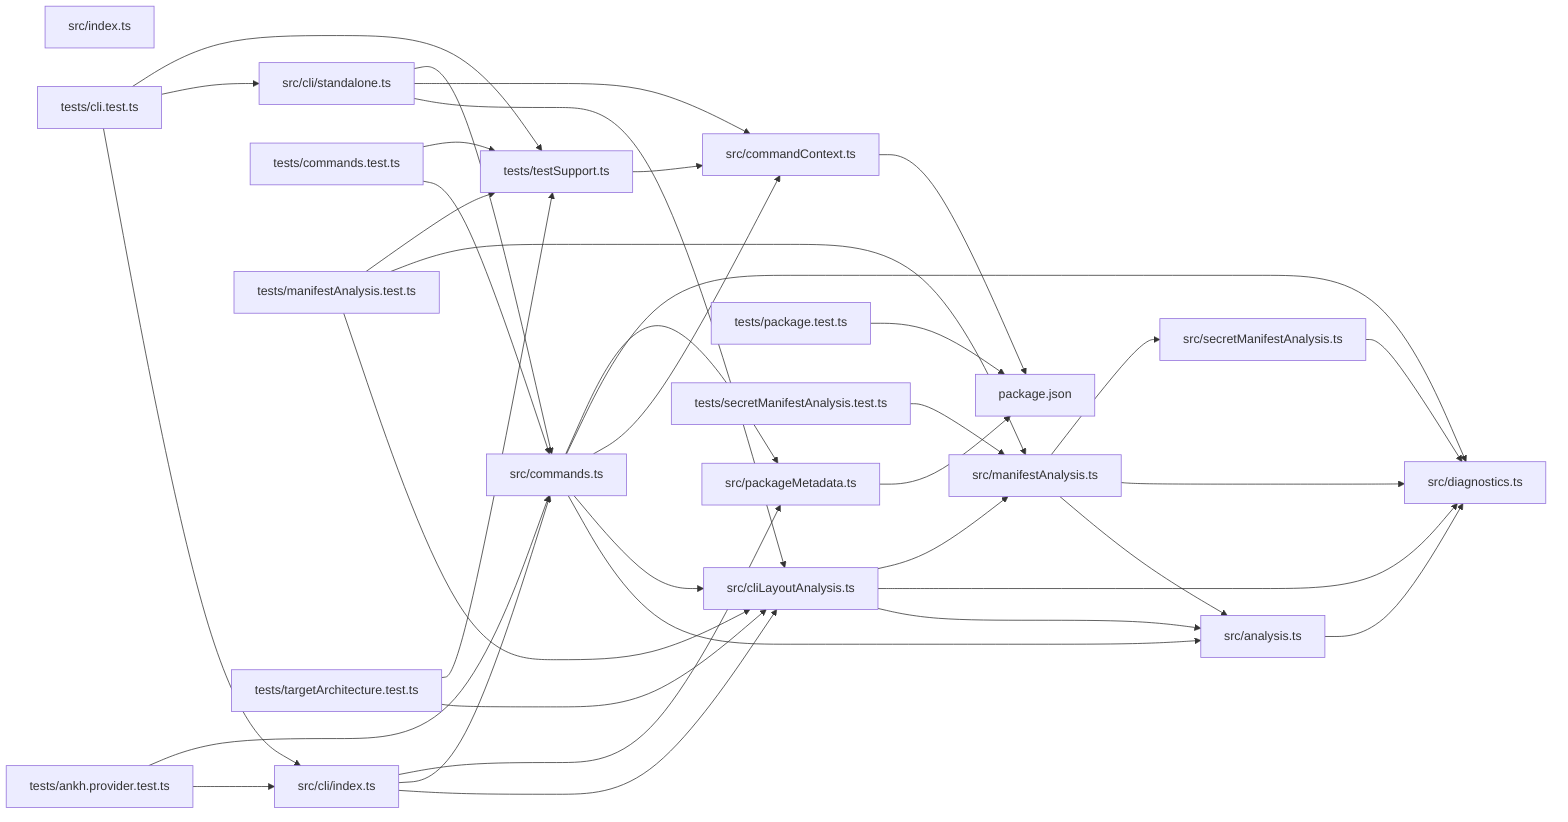
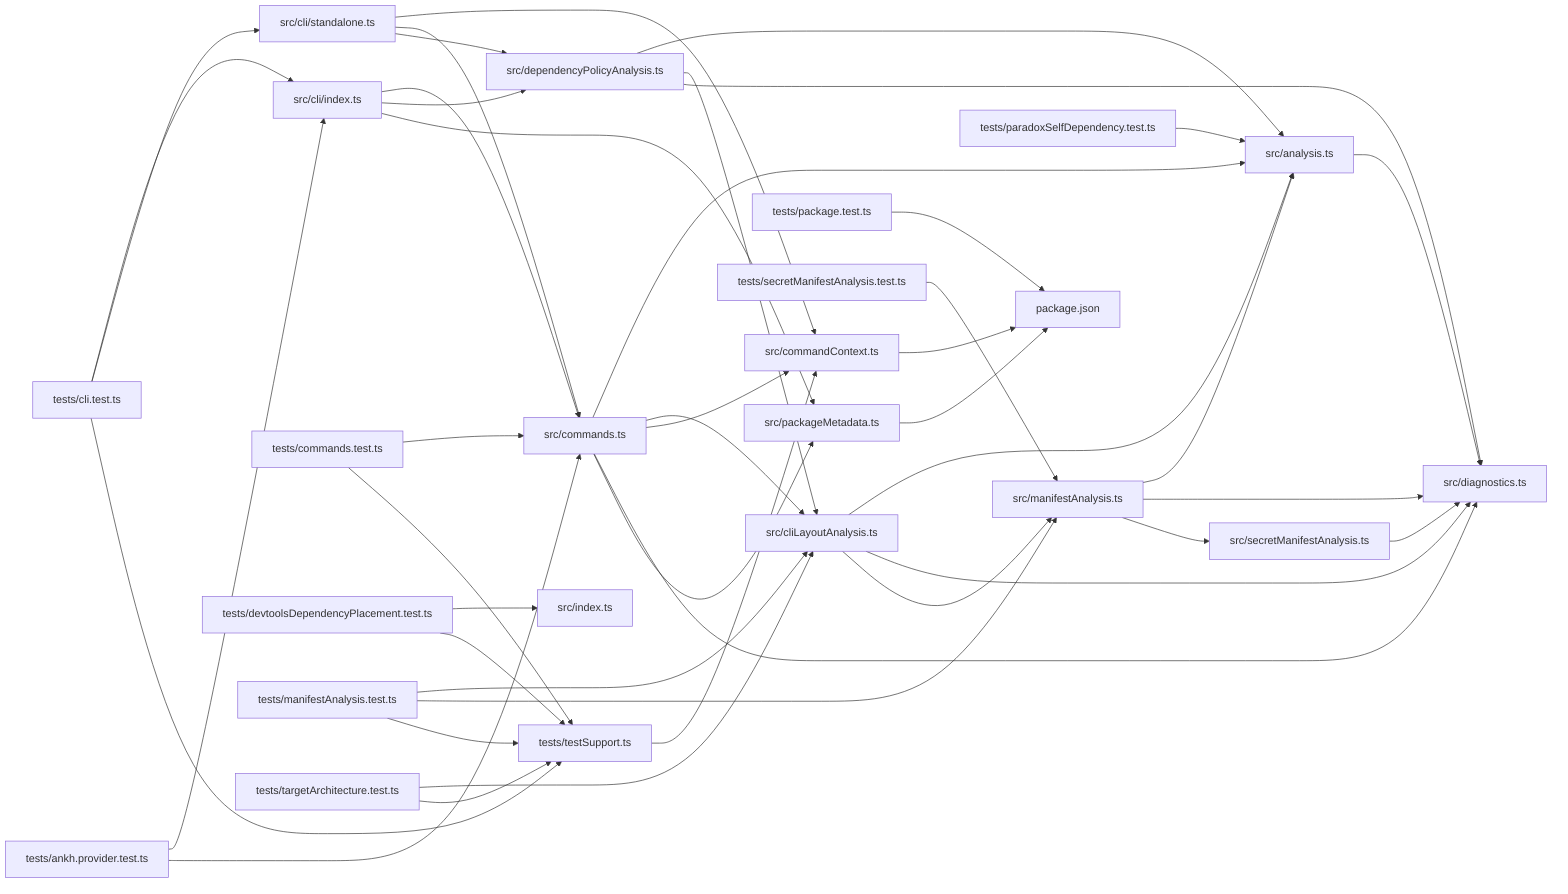
graph LR
  module_package_json["package.json"]
  module_src_analysis_ts["src/analysis.ts"]
  module_src_cli_index_ts["src/cli/index.ts"]
  module_src_cli_standalone_ts["src/cli/standalone.ts"]
  module_src_cliLayoutAnalysis_ts["src/cliLayoutAnalysis.ts"]
  module_src_commandContext_ts["src/commandContext.ts"]
  module_src_commands_ts["src/commands.ts"]
+   module_src_dependencyPolicyAnalysis_ts["src/dependencyPolicyAnalysis.ts"]
  module_src_diagnostics_ts["src/diagnostics.ts"]
  module_src_index_ts["src/index.ts"]
  module_src_manifestAnalysis_ts["src/manifestAnalysis.ts"]
  module_src_packageMetadata_ts["src/packageMetadata.ts"]
  module_src_secretManifestAnalysis_ts["src/secretManifestAnalysis.ts"]
  module_tests_ankh_provider_test_ts["tests/ankh.provider.test.ts"]
  module_tests_cli_test_ts["tests/cli.test.ts"]
  module_tests_commands_test_ts["tests/commands.test.ts"]
+   module_tests_devtoolsDependencyPlacement_test_ts["tests/devtoolsDependencyPlacement.test.ts"]
  module_tests_manifestAnalysis_test_ts["tests/manifestAnalysis.test.ts"]
  module_tests_package_test_ts["tests/package.test.ts"]
+   module_tests_paradoxSelfDependency_test_ts["tests/paradoxSelfDependency.test.ts"]
  module_tests_secretManifestAnalysis_test_ts["tests/secretManifestAnalysis.test.ts"]
  module_tests_targetArchitecture_test_ts["tests/targetArchitecture.test.ts"]
  module_tests_testSupport_ts["tests/testSupport.ts"]
  module_src_analysis_ts --> module_src_diagnostics_ts
-   module_src_cli_index_ts --> module_src_cliLayoutAnalysis_ts
  module_src_cli_index_ts --> module_src_commands_ts
+   module_src_cli_index_ts --> module_src_dependencyPolicyAnalysis_ts
  module_src_cli_index_ts --> module_src_packageMetadata_ts
-   module_src_cli_standalone_ts --> module_src_cliLayoutAnalysis_ts
  module_src_cli_standalone_ts --> module_src_commandContext_ts
  module_src_cli_standalone_ts --> module_src_commands_ts
+   module_src_cli_standalone_ts --> module_src_dependencyPolicyAnalysis_ts
  module_src_cliLayoutAnalysis_ts --> module_src_analysis_ts
  module_src_cliLayoutAnalysis_ts --> module_src_diagnostics_ts
  module_src_cliLayoutAnalysis_ts --> module_src_manifestAnalysis_ts
  module_src_commandContext_ts --> module_package_json
  module_src_commands_ts --> module_src_analysis_ts
  module_src_commands_ts --> module_src_cliLayoutAnalysis_ts
  module_src_commands_ts --> module_src_commandContext_ts
  module_src_commands_ts --> module_src_diagnostics_ts
  module_src_commands_ts --> module_src_packageMetadata_ts
+   module_src_dependencyPolicyAnalysis_ts --> module_src_analysis_ts
+   module_src_dependencyPolicyAnalysis_ts --> module_src_cliLayoutAnalysis_ts
+   module_src_dependencyPolicyAnalysis_ts --> module_src_diagnostics_ts
  module_src_manifestAnalysis_ts --> module_src_analysis_ts
  module_src_manifestAnalysis_ts --> module_src_diagnostics_ts
  module_src_manifestAnalysis_ts --> module_src_secretManifestAnalysis_ts
  module_src_packageMetadata_ts --> module_package_json
  module_src_secretManifestAnalysis_ts --> module_src_diagnostics_ts
  module_tests_ankh_provider_test_ts --> module_src_cli_index_ts
  module_tests_ankh_provider_test_ts --> module_src_commands_ts
  module_tests_cli_test_ts --> module_src_cli_index_ts
  module_tests_cli_test_ts --> module_src_cli_standalone_ts
  module_tests_cli_test_ts --> module_tests_testSupport_ts
  module_tests_commands_test_ts --> module_src_commands_ts
  module_tests_commands_test_ts --> module_tests_testSupport_ts
+   module_tests_devtoolsDependencyPlacement_test_ts --> module_src_index_ts
+   module_tests_devtoolsDependencyPlacement_test_ts --> module_tests_testSupport_ts
  module_tests_manifestAnalysis_test_ts --> module_src_cliLayoutAnalysis_ts
  module_tests_manifestAnalysis_test_ts --> module_src_manifestAnalysis_ts
  module_tests_manifestAnalysis_test_ts --> module_tests_testSupport_ts
  module_tests_package_test_ts --> module_package_json
+   module_tests_paradoxSelfDependency_test_ts --> module_src_analysis_ts
  module_tests_secretManifestAnalysis_test_ts --> module_src_manifestAnalysis_ts
  module_tests_targetArchitecture_test_ts --> module_src_cliLayoutAnalysis_ts
  module_tests_targetArchitecture_test_ts --> module_tests_testSupport_ts
  module_tests_testSupport_ts --> module_src_commandContext_ts
